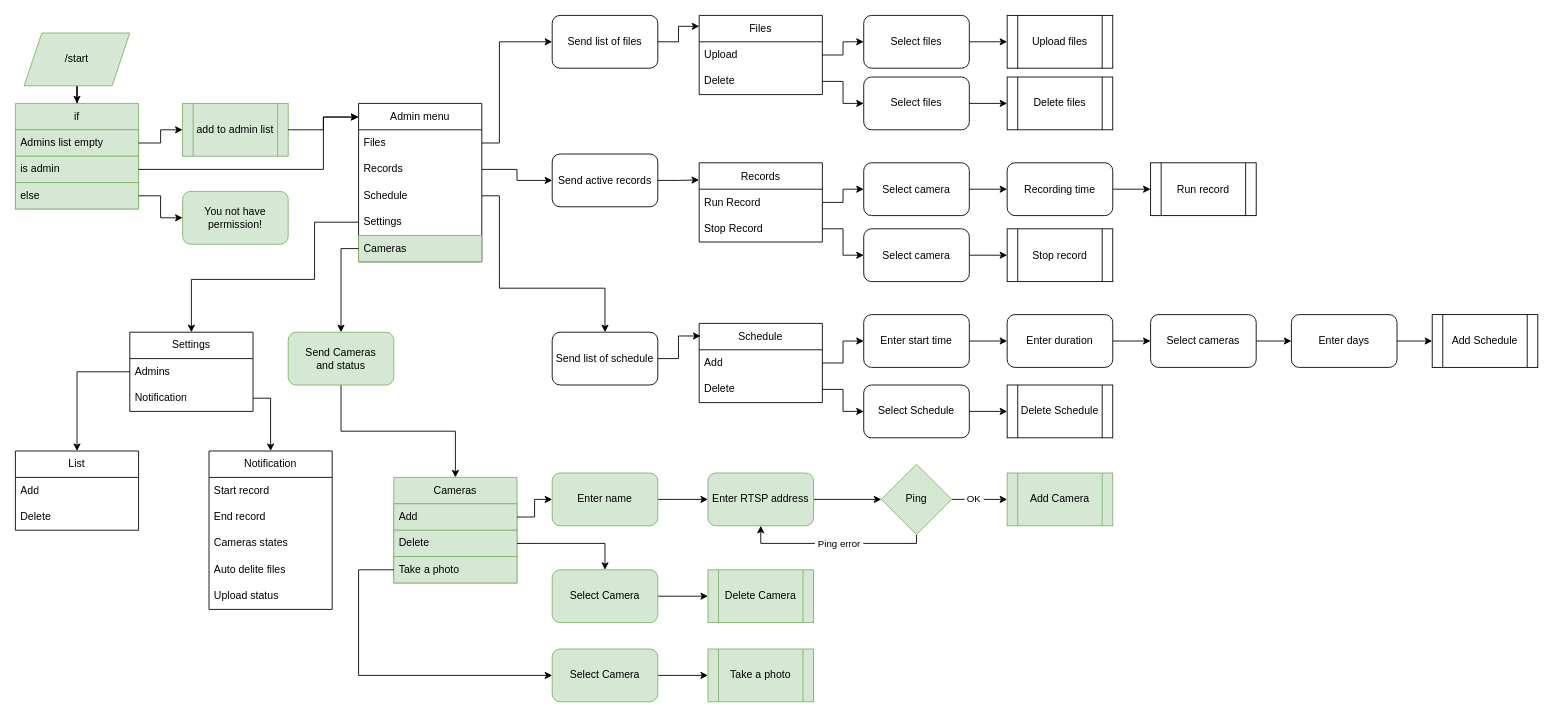
The draw.io diagram doc/bot.drawio in Zzior/camera-recorder-service, before the edit. Source tidied: cells renumbered, new cells numbered last; positions are measured from the earlier drawing's top-left corner, leaving out a move shared by most shapes. Both pictures are drawn from the tidied source at 88%, with x=0, y=0 at pixel (15, 15).
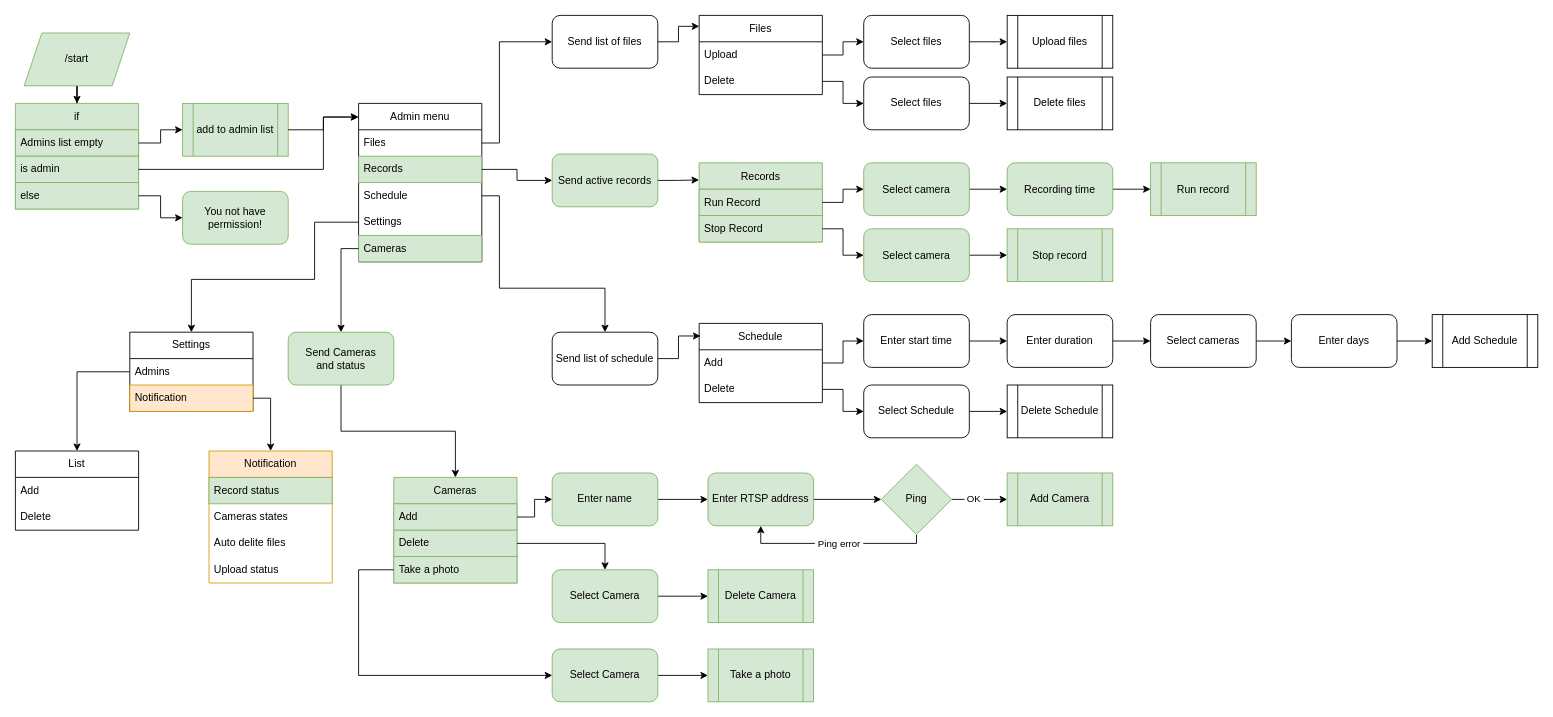
After the change.

Unchanged cells that the change refers to:
```xml
<mxCell id="8" value="Admin menu" style="swimlane;fontStyle=0;horizontal=1;startSize=30;whiteSpace=wrap;html=1;" parent="1" vertex="1">
  <mxGeometry x="390" y="100" width="140" height="180" as="geometry" />
</mxCell>
<mxCell id="85" value="&lt;span style=&quot;text-align: left;&quot;&gt;Settings&lt;/span&gt;" style="swimlane;fontStyle=0;horizontal=1;startSize=30;whiteSpace=wrap;html=1;" parent="1" vertex="1">
  <mxGeometry x="130" y="360" width="140" height="90" as="geometry" />
</mxCell>
```

Change to the diagram source:
```diff
@@
-    <mxCell id="10" value="Records" style="text;strokeColor=none;fillColor=none;align=left;verticalAlign=middle;spacingLeft=4;spacingRight=4;overflow=hidden;points=[[0,0.5],[1,0.5]];portConstraint=eastwest;whiteSpace=wrap;html=1;" parent="8" vertex="1">
+    <mxCell id="10" value="Records" style="text;strokeColor=#82b366;fillColor=#d5e8d4;align=left;verticalAlign=middle;spacingLeft=4;spacingRight=4;overflow=hidden;points=[[0,0.5],[1,0.5]];portConstraint=eastwest;whiteSpace=wrap;html=1;" parent="8" vertex="1">
       <mxGeometry y="60" width="140" height="30" as="geometry" />
     </mxCell>
@@
-    <mxCell id="24" value="Select camera" style="rounded=1;whiteSpace=wrap;html=1;" parent="1" vertex="1">
+    <mxCell id="24" value="Select camera" style="rounded=1;whiteSpace=wrap;html=1;fillColor=#d5e8d4;strokeColor=#82b366;" parent="1" vertex="1">
       <mxGeometry x="964" y="167.5" width="120" height="60" as="geometry" />
     </mxCell>
@@
-    <mxCell id="26" value="Recording time" style="rounded=1;whiteSpace=wrap;html=1;" parent="1" vertex="1">
+    <mxCell id="26" value="Recording time" style="rounded=1;whiteSpace=wrap;html=1;fillColor=#d5e8d4;strokeColor=#82b366;" parent="1" vertex="1">
       <mxGeometry x="1127" y="167.5" width="120" height="60" as="geometry" />
     </mxCell>
@@
-    <mxCell id="35" value="Run record" style="shape=process;whiteSpace=wrap;html=1;backgroundOutline=1;" parent="1" vertex="1">
+    <mxCell id="35" value="Run record" style="shape=process;whiteSpace=wrap;html=1;backgroundOutline=1;fillColor=#d5e8d4;strokeColor=#82b366;" parent="1" vertex="1">
       <mxGeometry x="1290" y="167.5" width="120" height="60" as="geometry" />
     </mxCell>
@@
-    <mxCell id="87" value="Notification" style="text;strokeColor=none;fillColor=none;align=left;verticalAlign=middle;spacingLeft=4;spacingRight=4;overflow=hidden;points=[[0,0.5],[1,0.5]];portConstraint=eastwest;whiteSpace=wrap;html=1;" parent="85" vertex="1">
+    <mxCell id="87" value="Notification" style="text;strokeColor=#d79b00;fillColor=#ffe6cc;align=left;verticalAlign=middle;spacingLeft=4;spacingRight=4;overflow=hidden;points=[[0,0.5],[1,0.5]];portConstraint=eastwest;whiteSpace=wrap;html=1;" parent="85" vertex="1">
       <mxGeometry y="60" width="140" height="30" as="geometry" />
     </mxCell>
-    <mxCell id="88" value="&lt;span style=&quot;text-align: left;&quot;&gt;Records&lt;/span&gt;" style="swimlane;fontStyle=0;horizontal=1;startSize=30;whiteSpace=wrap;html=1;" parent="1" vertex="1">
+    <mxCell id="88" value="&lt;span style=&quot;text-align: left;&quot;&gt;Records&lt;/span&gt;" style="swimlane;fontStyle=0;horizontal=1;startSize=30;whiteSpace=wrap;html=1;fillColor=#d5e8d4;strokeColor=#82b366;" parent="1" vertex="1">
       <mxGeometry x="777" y="167.5" width="140" height="90" as="geometry" />
     </mxCell>
-    <mxCell id="89" value="Run Record" style="text;strokeColor=none;fillColor=none;align=left;verticalAlign=middle;spacingLeft=4;spacingRight=4;overflow=hidden;points=[[0,0.5],[1,0.5]];portConstraint=eastwest;whiteSpace=wrap;html=1;" parent="88" vertex="1">
+    <mxCell id="89" value="Run Record" style="text;strokeColor=#82b366;fillColor=#d5e8d4;align=left;verticalAlign=middle;spacingLeft=4;spacingRight=4;overflow=hidden;points=[[0,0.5],[1,0.5]];portConstraint=eastwest;whiteSpace=wrap;html=1;" parent="88" vertex="1">
       <mxGeometry y="30" width="140" height="30" as="geometry" />
     </mxCell>
-    <mxCell id="90" value="Stop Record" style="text;strokeColor=none;fillColor=none;align=left;verticalAlign=middle;spacingLeft=4;spacingRight=4;overflow=hidden;points=[[0,0.5],[1,0.5]];portConstraint=eastwest;whiteSpace=wrap;html=1;" parent="88" vertex="1">
+    <mxCell id="90" value="Stop Record" style="text;strokeColor=#82b366;fillColor=#d5e8d4;align=left;verticalAlign=middle;spacingLeft=4;spacingRight=4;overflow=hidden;points=[[0,0.5],[1,0.5]];portConstraint=eastwest;whiteSpace=wrap;html=1;" parent="88" vertex="1">
       <mxGeometry y="60" width="140" height="30" as="geometry" />
     </mxCell>
-    <mxCell id="91" value="Send&amp;nbsp;active records" style="rounded=1;whiteSpace=wrap;html=1;" parent="1" vertex="1">
+    <mxCell id="91" value="Send&amp;nbsp;active records" style="rounded=1;whiteSpace=wrap;html=1;fillColor=#d5e8d4;strokeColor=#82b366;" parent="1" vertex="1">
       <mxGeometry x="610" y="157.5" width="120" height="60" as="geometry" />
     </mxCell>
@@
-    <mxCell id="96" value="Select camera" style="rounded=1;whiteSpace=wrap;html=1;" parent="1" vertex="1">
+    <mxCell id="96" value="Select camera" style="rounded=1;whiteSpace=wrap;html=1;fillColor=#d5e8d4;strokeColor=#82b366;" parent="1" vertex="1">
       <mxGeometry x="964" y="242.5" width="120" height="60" as="geometry" />
     </mxCell>
-    <mxCell id="97" value="Stop record" style="shape=process;whiteSpace=wrap;html=1;backgroundOutline=1;" parent="1" vertex="1">
+    <mxCell id="97" value="Stop record" style="shape=process;whiteSpace=wrap;html=1;backgroundOutline=1;fillColor=#d5e8d4;strokeColor=#82b366;" parent="1" vertex="1">
       <mxGeometry x="1127" y="242.5" width="120" height="60" as="geometry" />
     </mxCell>
@@
-    <mxCell id="103" value="&lt;span style=&quot;text-align: left;&quot;&gt;Notification&lt;/span&gt;" style="swimlane;fontStyle=0;horizontal=1;startSize=30;whiteSpace=wrap;html=1;" parent="1" vertex="1">
-      <mxGeometry x="220" y="495" width="140" height="180" as="geometry" />
+    <mxCell id="103" value="&lt;span style=&quot;text-align: left;&quot;&gt;Notification&lt;/span&gt;" style="swimlane;fontStyle=0;horizontal=1;startSize=30;whiteSpace=wrap;html=1;fillColor=#ffe6cc;strokeColor=#d79b00;" parent="1" vertex="1">
+      <mxGeometry x="220" y="495" width="140" height="150" as="geometry" />
     </mxCell>
-    <mxCell id="104" value="Start record" style="text;strokeColor=none;fillColor=none;align=left;verticalAlign=middle;spacingLeft=4;spacingRight=4;overflow=hidden;whiteSpace=wrap;html=1;" parent="103" vertex="1">
+    <mxCell id="104" value="Record status" style="text;strokeColor=#82b366;fillColor=#d5e8d4;align=left;verticalAlign=middle;spacingLeft=4;spacingRight=4;overflow=hidden;whiteSpace=wrap;html=1;" parent="103" vertex="1">
       <mxGeometry y="30" width="140" height="30" as="geometry" />
     </mxCell>
-    <mxCell id="105" value="End record" style="text;strokeColor=none;fillColor=none;align=left;verticalAlign=middle;spacingLeft=4;spacingRight=4;overflow=hidden;whiteSpace=wrap;html=1;" parent="103" vertex="1">
-      <mxGeometry y="60" width="140" height="30" as="geometry" />
-    </mxCell>
     <mxCell id="106" value="Cameras states" style="text;strokeColor=none;fillColor=none;align=left;verticalAlign=middle;spacingLeft=4;spacingRight=4;overflow=hidden;whiteSpace=wrap;html=1;" parent="103" vertex="1">
-      <mxGeometry y="90" width="140" height="30" as="geometry" />
+      <mxGeometry y="60" width="140" height="30" as="geometry" />
     </mxCell>
     <mxCell id="107" value="Auto delite files" style="text;strokeColor=none;fillColor=none;align=left;verticalAlign=middle;spacingLeft=4;spacingRight=4;overflow=hidden;whiteSpace=wrap;html=1;" parent="103" vertex="1">
-      <mxGeometry y="120" width="140" height="30" as="geometry" />
+      <mxGeometry y="90" width="140" height="30" as="geometry" />
     </mxCell>
     <mxCell id="108" value="Upload status" style="text;strokeColor=none;fillColor=none;align=left;verticalAlign=middle;spacingLeft=4;spacingRight=4;overflow=hidden;whiteSpace=wrap;html=1;" parent="103" vertex="1">
-      <mxGeometry y="150" width="140" height="30" as="geometry" />
+      <mxGeometry y="120" width="140" height="30" as="geometry" />
     </mxCell>
```
